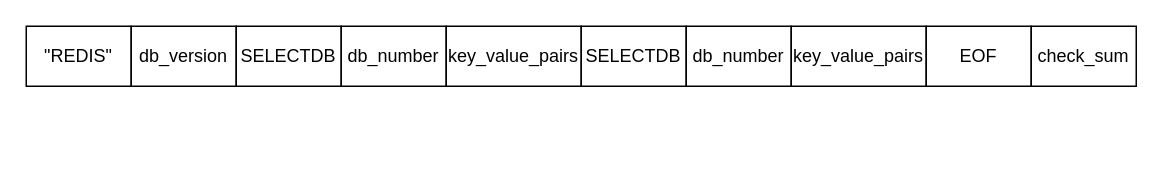
buxiangchixiangcai/draw keeps this draw.io diagram as redis/RDB结构.drawio. Above is the earlier version. Source tidied: cells renumbered, new cells numbered last; positions are measured from the earlier drawing's top-left corner, leaving out a move shared by most shapes. Both pictures are drawn from the tidied source at 150%, with x=0, y=0 at pixel (26, 26).
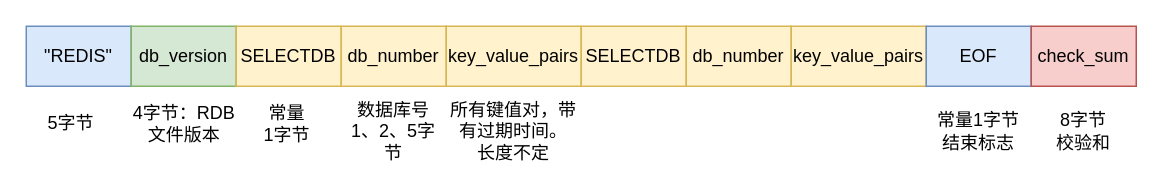
After the change.

Diff of the diagram source:
```diff
@@
 <mxGraphModel>
   <root>
     <mxCell id="0" />
     <mxCell id="1" parent="0" />
-    <mxCell id="2" value="&quot;REDIS&quot;" style="rounded=0;whiteSpace=wrap;html=1;" parent="1" vertex="1">
+    <mxCell id="2" value="&quot;REDIS&quot;" style="rounded=0;whiteSpace=wrap;html=1;fillColor=#dae8fc;strokeColor=#6c8ebf;" parent="1" vertex="1">
       <mxGeometry width="70" height="40" as="geometry" />
     </mxCell>
-    <mxCell id="3" value="db_version" style="rounded=0;whiteSpace=wrap;html=1;" parent="1" vertex="1">
+    <mxCell id="3" value="db_version" style="rounded=0;whiteSpace=wrap;html=1;fillColor=#d5e8d4;strokeColor=#82b366;" parent="1" vertex="1">
       <mxGeometry x="70" width="70" height="40" as="geometry" />
     </mxCell>
-    <mxCell id="4" value="SELECTDB" style="rounded=0;whiteSpace=wrap;html=1;" parent="1" vertex="1">
+    <mxCell id="4" value="SELECTDB" style="rounded=0;whiteSpace=wrap;html=1;fillColor=#fff2cc;strokeColor=#d6b656;" parent="1" vertex="1">
       <mxGeometry x="140" width="70" height="40" as="geometry" />
     </mxCell>
-    <mxCell id="5" value="db_number" style="rounded=0;whiteSpace=wrap;html=1;" parent="1" vertex="1">
+    <mxCell id="5" value="db_number" style="rounded=0;whiteSpace=wrap;html=1;fillColor=#fff2cc;strokeColor=#d6b656;" parent="1" vertex="1">
       <mxGeometry x="210" width="70" height="40" as="geometry" />
     </mxCell>
-    <mxCell id="6" value="key_value_pairs" style="rounded=0;whiteSpace=wrap;html=1;" parent="1" vertex="1">
+    <mxCell id="6" value="key_value_pairs" style="rounded=0;whiteSpace=wrap;html=1;fillColor=#fff2cc;strokeColor=#d6b656;" parent="1" vertex="1">
       <mxGeometry x="280" width="90" height="40" as="geometry" />
     </mxCell>
-    <mxCell id="7" value="SELECTDB" style="rounded=0;whiteSpace=wrap;html=1;" parent="1" vertex="1">
+    <mxCell id="7" value="SELECTDB" style="rounded=0;whiteSpace=wrap;html=1;fillColor=#fff2cc;strokeColor=#d6b656;" parent="1" vertex="1">
       <mxGeometry x="370" width="70" height="40" as="geometry" />
     </mxCell>
-    <mxCell id="8" value="db_number" style="rounded=0;whiteSpace=wrap;html=1;" parent="1" vertex="1">
+    <mxCell id="8" value="db_number" style="rounded=0;whiteSpace=wrap;html=1;fillColor=#fff2cc;strokeColor=#d6b656;" parent="1" vertex="1">
       <mxGeometry x="440" width="70" height="40" as="geometry" />
     </mxCell>
-    <mxCell id="9" value="key_value_pairs" style="rounded=0;whiteSpace=wrap;html=1;" parent="1" vertex="1">
+    <mxCell id="9" value="key_value_pairs" style="rounded=0;whiteSpace=wrap;html=1;fillColor=#fff2cc;strokeColor=#d6b656;" parent="1" vertex="1">
       <mxGeometry x="510" width="90" height="40" as="geometry" />
     </mxCell>
-    <mxCell id="10" value="EOF" style="rounded=0;whiteSpace=wrap;html=1;" parent="1" vertex="1">
+    <mxCell id="10" value="EOF" style="rounded=0;whiteSpace=wrap;html=1;fillColor=#dae8fc;strokeColor=#6c8ebf;" parent="1" vertex="1">
       <mxGeometry x="600" width="70" height="40" as="geometry" />
     </mxCell>
-    <mxCell id="11" value="check_sum" style="rounded=0;whiteSpace=wrap;html=1;" parent="1" vertex="1">
+    <mxCell id="11" value="check_sum" style="rounded=0;whiteSpace=wrap;html=1;fillColor=#f8cecc;strokeColor=#b85450;" parent="1" vertex="1">
       <mxGeometry x="670" width="70" height="40" as="geometry" />
     </mxCell>
+    <mxCell id="12" value="5字节" style="text;html=1;align=center;verticalAlign=middle;whiteSpace=wrap;rounded=0;" parent="1" vertex="1">
+      <mxGeometry y="50" width="60" height="30" as="geometry" />
+    </mxCell>
+    <mxCell id="13" value="4字节：RDB文件版本" style="text;html=1;align=center;verticalAlign=middle;whiteSpace=wrap;rounded=0;" parent="1" vertex="1">
+      <mxGeometry x="67.5" y="50" width="75" height="30" as="geometry" />
+    </mxCell>
+    <mxCell id="14" value="常量&lt;div&gt;1字节&lt;/div&gt;" style="text;html=1;align=center;verticalAlign=middle;whiteSpace=wrap;rounded=0;" parent="1" vertex="1">
+      <mxGeometry x="144" y="50" width="60" height="30" as="geometry" />
+    </mxCell>
+    <mxCell id="15" value="数据库号&lt;div&gt;1、2、5字节&lt;/div&gt;" style="text;html=1;align=center;verticalAlign=middle;whiteSpace=wrap;rounded=0;" parent="1" vertex="1">
+      <mxGeometry x="215" y="55" width="60" height="30" as="geometry" />
+    </mxCell>
+    <mxCell id="16" value="所有键值对，带有过期时间。&lt;div&gt;长度不定&lt;/div&gt;" style="text;html=1;align=center;verticalAlign=middle;whiteSpace=wrap;rounded=0;" parent="1" vertex="1">
+      <mxGeometry x="280" y="50" width="90" height="40" as="geometry" />
+    </mxCell>
+    <mxCell id="17" value="常量1字节&lt;div&gt;结束标志&lt;/div&gt;" style="text;html=1;align=center;verticalAlign=middle;whiteSpace=wrap;rounded=0;" parent="1" vertex="1">
+      <mxGeometry x="605" y="55" width="60" height="30" as="geometry" />
+    </mxCell>
+    <mxCell id="18" value="8字节&lt;div&gt;校验和&lt;/div&gt;" style="text;html=1;align=center;verticalAlign=middle;whiteSpace=wrap;rounded=0;" parent="1" vertex="1">
+      <mxGeometry x="675" y="55" width="60" height="30" as="geometry" />
+    </mxCell>
   </root>
 </mxGraphModel>
```
